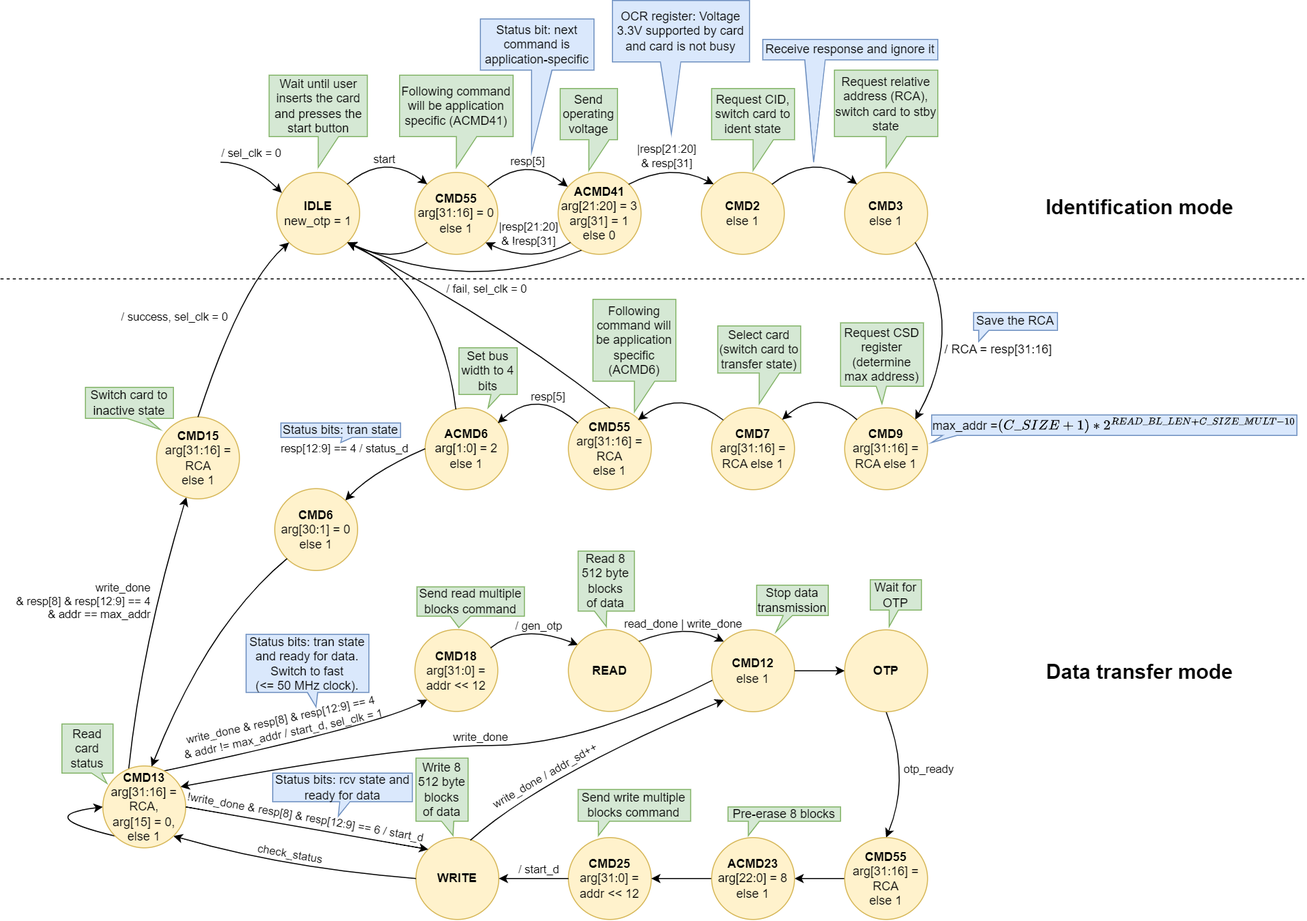
sirazenkov/GhostSD keeps this draw.io diagram as docs/SD/SD_fpga_states.png. Above is the earlier version. Source tidied: cells renumbered, new cells last; positions are measured from the earlier drawing's top-left corner, leaving out a move shared by most shapes.
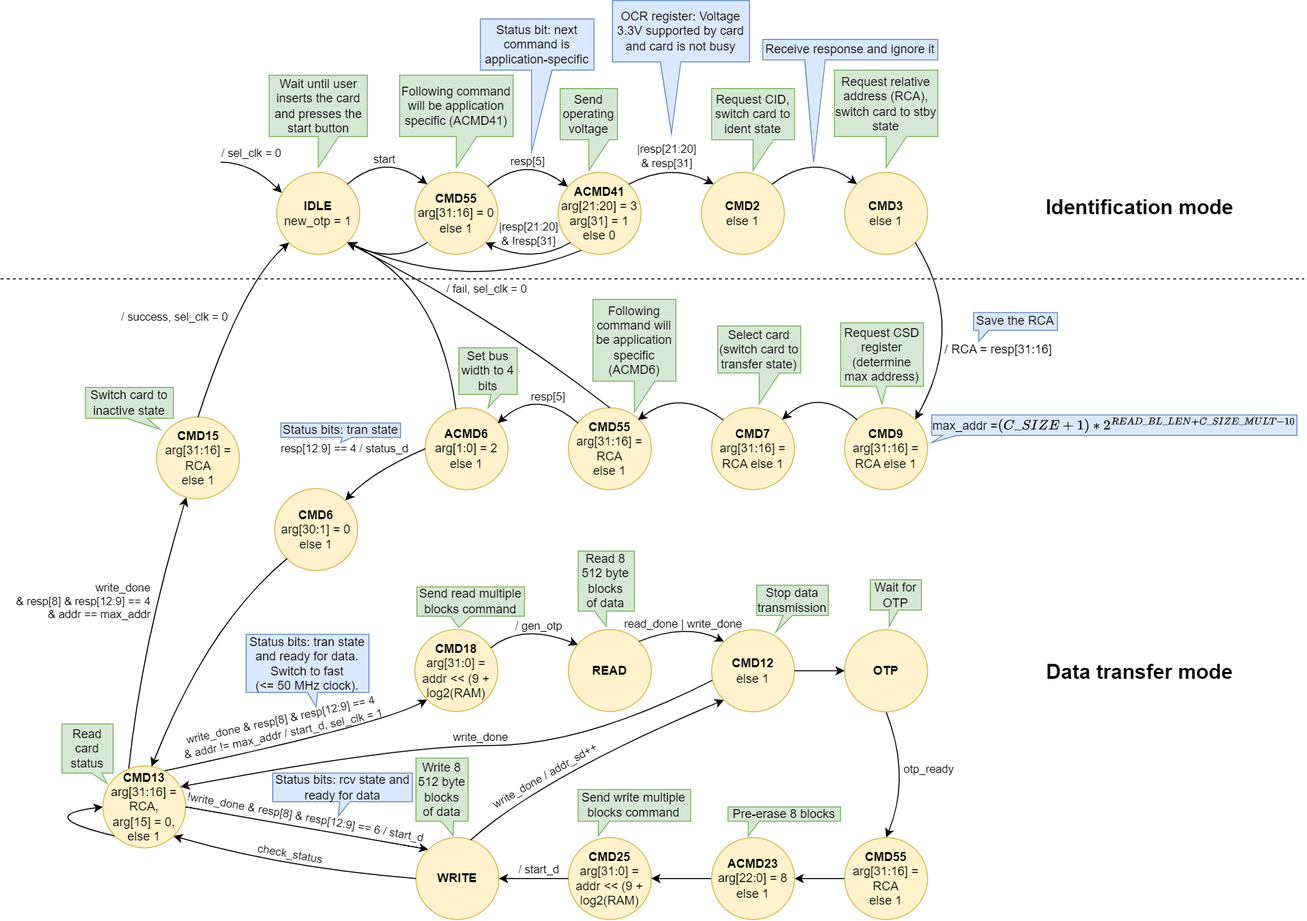
After the change.

Commit message:
Fix diagram: SD address depending on RAM size

Diff of the diagram source:
```diff
@@ -138,7 +138,7 @@
         <mxPoint x="19" y="-10" as="offset" />
       </mxGeometry>
     </mxCell>
-    <mxCell id="27" value="&lt;b&gt;CMD18&lt;/b&gt;&lt;br&gt;arg[31:0] = addr &amp;lt;&amp;lt; 12" style="ellipse;whiteSpace=wrap;html=1;fillColor=#fff2cc;strokeColor=#d6b656;" parent="1" vertex="1">
+    <mxCell id="27" value="&lt;b&gt;CMD18&lt;/b&gt;&lt;br&gt;arg[31:0] = addr &amp;lt;&amp;lt; (9 + log2(RAM)" style="ellipse;whiteSpace=wrap;html=1;fillColor=#fff2cc;strokeColor=#d6b656;" parent="1" vertex="1">
       <mxGeometry x="405" y="614.7" width="81" height="80" as="geometry" />
     </mxCell>
     <mxCell id="28" style="curved=1;endArrow=none;html=1;rounded=0;exitX=1;exitY=0;exitDx=0;exitDy=0;startArrow=classic;startFill=1;endFill=0;entryX=0;entryY=0.5;entryDx=0;entryDy=0;" parent="1" edge="1" source="100" target="24">
@@ -153,7 +153,7 @@
         <mxPoint x="-52" y="-27" as="offset" />
       </mxGeometry>
     </mxCell>
-    <mxCell id="30" value="&lt;b&gt;CMD25&lt;/b&gt;&lt;br&gt;arg[31:0] = addr &amp;lt;&amp;lt; 12" style="ellipse;whiteSpace=wrap;html=1;fillColor=#fff2cc;strokeColor=#d6b656;" parent="1" vertex="1">
+    <mxCell id="30" value="&lt;b&gt;CMD25&lt;/b&gt;&lt;br&gt;arg[31:0] = addr &amp;lt;&amp;lt; (9 + log2(RAM)" style="ellipse;whiteSpace=wrap;html=1;fillColor=#fff2cc;strokeColor=#d6b656;" parent="1" vertex="1">
       <mxGeometry x="555" y="818" width="81" height="80" as="geometry" />
     </mxCell>
     <mxCell id="31" style="curved=1;endArrow=classic;html=1;rounded=0;entryX=0;entryY=0;entryDx=0;entryDy=0;exitX=0.913;exitY=0.223;exitDx=0;exitDy=0;exitPerimeter=0;" parent="1" edge="1" source="27">
```
